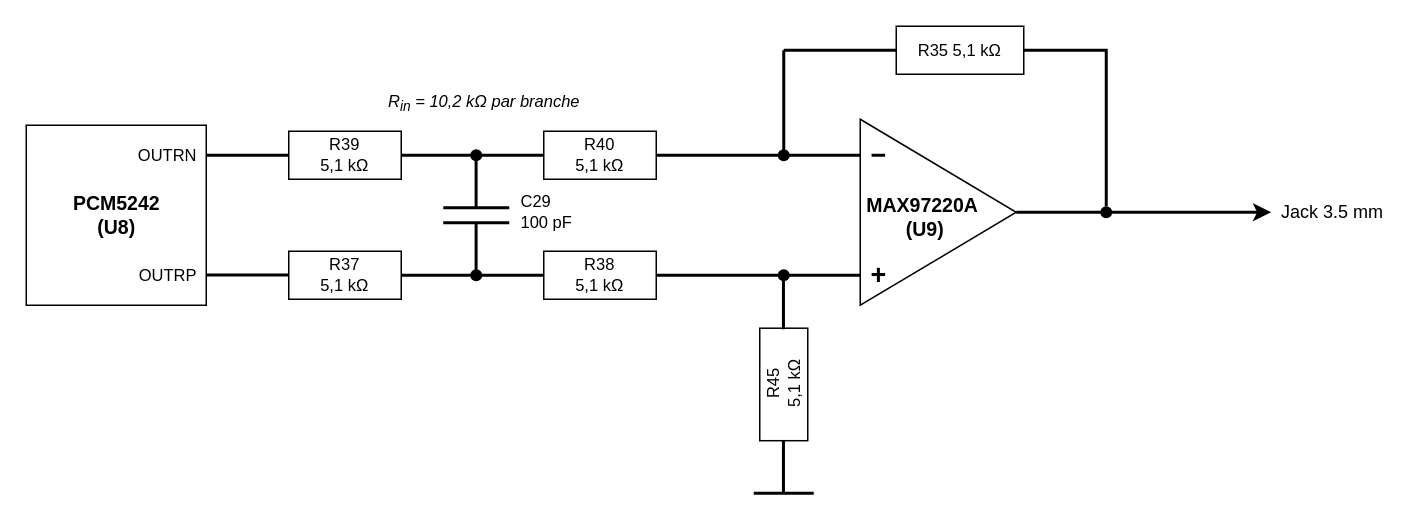
Before: assets/figures/chaine_audio.drawio in dossantosyann/TB2026-YDS-Report, a draw.io diagram. Source tidied: cells renumbered, new cells numbered last; positions are measured from the earlier drawing's top-left corner, leaving out a move shared by most shapes. Both pictures are drawn from the tidied source at 150%, with x=0, y=0 at pixel (26, 26).
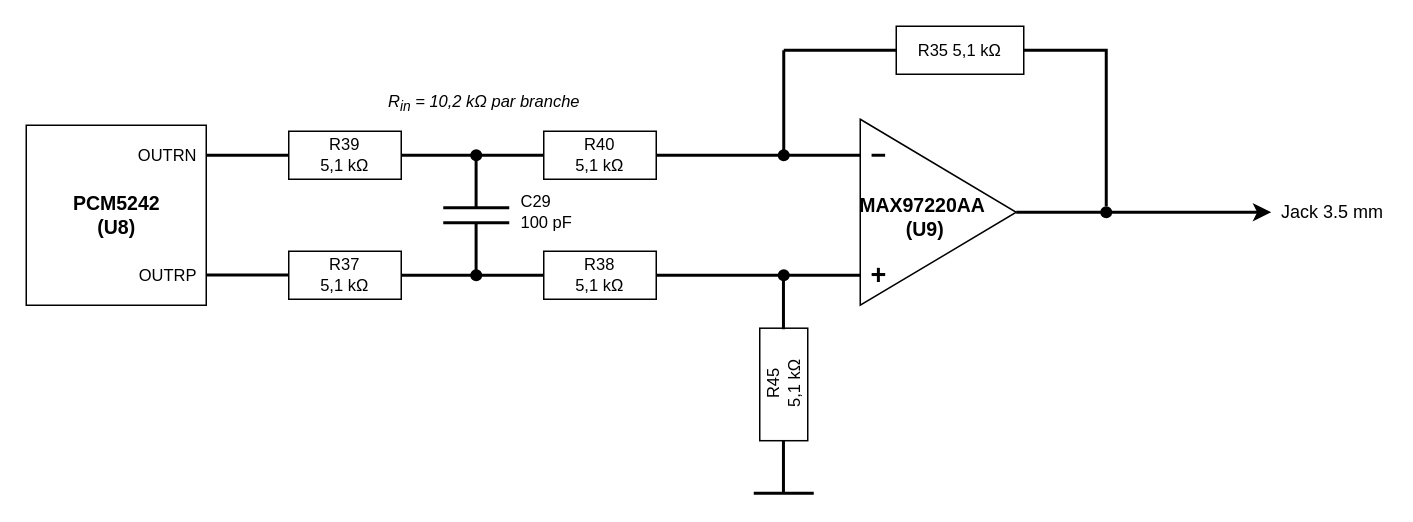
After the change.

What changed in the source:
```diff
@@
-    <mxCell id="25" value="&lt;div&gt;MAX97220A&amp;nbsp;&lt;/div&gt;&lt;div&gt;(U9)&lt;/div&gt;" style="text;html=1;align=center;verticalAlign=middle;fontSize=13;fontFamily=Helvetica;fontStyle=1;" parent="1" vertex="1">
+    <mxCell id="25" value="&lt;div&gt;MAX97220AA&amp;nbsp;&lt;/div&gt;&lt;div&gt;(U9)&lt;/div&gt;" style="text;html=1;align=center;verticalAlign=middle;fontSize=13;fontFamily=Helvetica;fontStyle=1;" parent="1" vertex="1">
       <mxGeometry x="514" y="117" width="170" height="20" as="geometry" />
     </mxCell>
```
